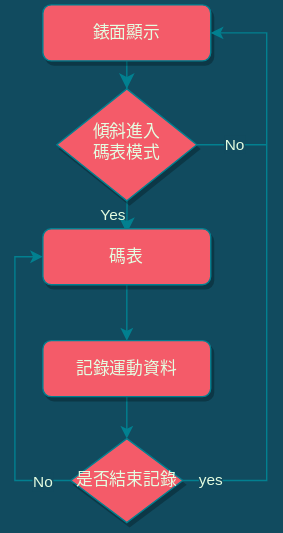
Above: media/watch.svg in chyijiunn/picoWatchSportMode (draw.io), before the change. Source tidied: cells renumbered, new cells last; positions are measured from the earlier drawing's top-left corner, leaving out a move shared by most shapes.
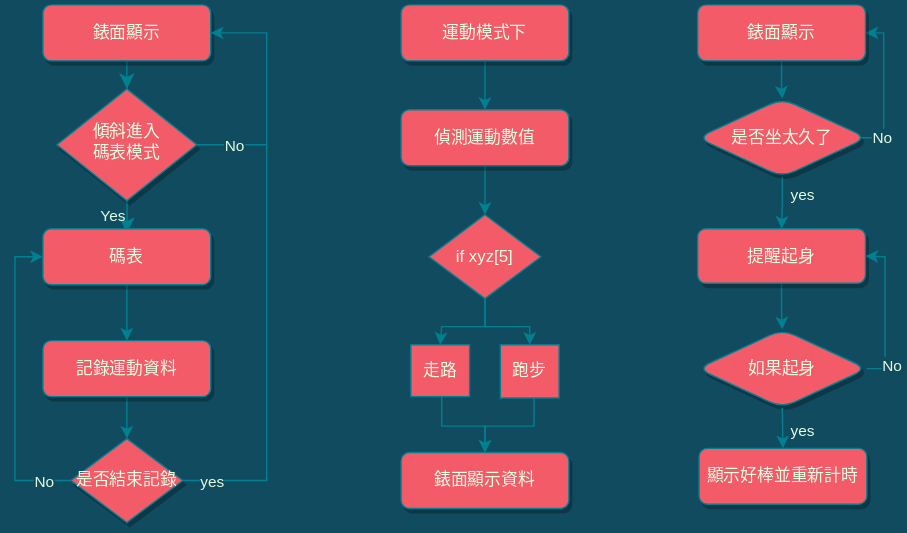
The same diagram one commit later.

Diff of the diagram source:
```diff
@@ -2,6 +2,14 @@
   <root>
     <mxCell id="0" />
     <mxCell id="1" parent="0" />
+    <mxCell id="17" style="endArrow=classic;html=1;rounded=0;strokeColor=#028090;fontColor=#E4FDE1;fillColor=#F45B69;entryX=1;entryY=0.5;entryDx=0;entryDy=0;exitX=0.942;exitY=0.5;exitDx=0;exitDy=0;exitPerimeter=0;" parent="1" edge="1" source="34" target="32">
+      <mxGeometry relative="1" as="geometry">
+        <Array as="points">
+          <mxPoint x="621" y="95" />
+          <mxPoint x="621" y="20" />
+        </Array>
+      </mxGeometry>
+    </mxCell>
     <mxCell id="2" style="rounded=0;html=1;jettySize=auto;fontSize=11;endArrow=classic;endFill=1;endSize=8;strokeWidth=1;shadow=0;labelBackgroundColor=none;edgeStyle=orthogonalEdgeStyle;fontColor=#E4FDE1;labelBorderColor=none;strokeColor=#028090;" parent="1" edge="1" source="3" target="5">
       <mxGeometry relative="1" as="geometry" />
     </mxCell>
@@ -66,5 +74,119 @@
         <mxPoint x="21" y="136" as="offset" />
       </mxGeometry>
     </mxCell>
+    <mxCell id="18" style="edgeStyle=orthogonalEdgeStyle;rounded=0;jettySize=auto;html=1;strokeColor=#028090;fontColor=#E4FDE1;fillColor=#F45B69;" parent="1" edge="1" source="19" target="21">
+      <mxGeometry relative="1" as="geometry" />
+    </mxCell>
+    <mxCell id="19" value="運動模式下" style="rounded=1;whiteSpace=wrap;html=1;fontSize=12;glass=0;strokeWidth=1;shadow=1;fontColor=#E4FDE1;strokeColor=#028090;fillColor=#F45B69;" parent="1" vertex="1">
+      <mxGeometry x="276" width="120" height="40" as="geometry" />
+    </mxCell>
+    <mxCell id="20" style="edgeStyle=orthogonalEdgeStyle;rounded=0;jettySize=auto;html=1;strokeColor=#028090;fontColor=#E4FDE1;fillColor=#F45B69;" parent="1" edge="1" source="21" target="24">
+      <mxGeometry relative="1" as="geometry" />
+    </mxCell>
+    <mxCell id="21" value="偵測運動數值" style="rounded=1;whiteSpace=wrap;html=1;fontSize=12;glass=0;strokeWidth=1;shadow=1;fontColor=#E4FDE1;strokeColor=#028090;fillColor=#F45B69;" parent="1" vertex="1">
+      <mxGeometry x="276" y="75" width="120" height="40" as="geometry" />
+    </mxCell>
+    <mxCell id="22" value="錶面顯示資料" style="rounded=1;whiteSpace=wrap;html=1;fontSize=12;glass=0;strokeWidth=1;shadow=1;fontColor=#E4FDE1;strokeColor=#028090;fillColor=#F45B69;" parent="1" vertex="1">
+      <mxGeometry x="276" y="320" width="120" height="40" as="geometry" />
+    </mxCell>
+    <mxCell id="23" style="edgeStyle=orthogonalEdgeStyle;rounded=0;jettySize=auto;html=1;strokeColor=#028090;fontColor=#E4FDE1;fillColor=#F45B69;entryX=0.5;entryY=0;entryDx=0;entryDy=0;" parent="1" edge="1" source="24" target="29">
+      <mxGeometry relative="1" as="geometry">
+        <Array as="points">
+          <mxPoint x="336" y="230" />
+          <mxPoint x="368" y="230" />
+        </Array>
+      </mxGeometry>
+    </mxCell>
+    <mxCell id="24" value="if xyz[5]" style="rhombus;whiteSpace=wrap;html=1;strokeColor=#028090;fontColor=#E4FDE1;fillColor=#F45B69;" parent="1" vertex="1">
+      <mxGeometry x="296" y="150" width="80" height="60" as="geometry" />
+    </mxCell>
+    <mxCell id="25" style="edgeStyle=orthogonalEdgeStyle;rounded=0;jettySize=auto;html=1;strokeColor=#028090;fontColor=#E4FDE1;fillColor=#F45B69;" parent="1" edge="1" source="29" target="22">
+      <mxGeometry relative="1" as="geometry">
+        <Array as="points">
+          <mxPoint x="371" y="301" />
+          <mxPoint x="336" y="301" />
+        </Array>
+      </mxGeometry>
+    </mxCell>
+    <mxCell id="26" style="edgeStyle=orthogonalEdgeStyle;rounded=0;jettySize=auto;html=1;strokeColor=#028090;fontColor=#E4FDE1;fillColor=#F45B69;" parent="1" edge="1" source="30" target="22">
+      <mxGeometry relative="1" as="geometry">
+        <Array as="points">
+          <mxPoint x="305" y="301" />
+          <mxPoint x="336" y="301" />
+        </Array>
+      </mxGeometry>
+    </mxCell>
+    <mxCell id="27" style="endArrow=classic;html=1;rounded=0;strokeColor=#028090;fontColor=#E4FDE1;fillColor=#F45B69;entryX=0.5;entryY=0;entryDx=0;entryDy=0;exitX=0.5;exitY=1;exitDx=0;exitDy=0;" parent="1" edge="1" source="24" target="30">
+      <mxGeometry relative="1" as="geometry">
+        <Array as="points">
+          <mxPoint x="336" y="230" />
+          <mxPoint x="305" y="230" />
+        </Array>
+      </mxGeometry>
+    </mxCell>
+    <mxCell id="28" style="group;" parent="1" vertex="1">
+      <mxGeometry x="283" y="243" width="106" height="38" as="geometry" />
+    </mxCell>
+    <mxCell id="29" value="跑步" style="rounded=0;whiteSpace=wrap;html=1;strokeColor=#028090;fontColor=#E4FDE1;fillColor=#F45B69;" parent="28" vertex="1">
+      <mxGeometry x="64" width="42" height="38" as="geometry" />
+    </mxCell>
+    <mxCell id="30" value="走路" style="rounded=0;whiteSpace=wrap;html=1;strokeColor=#028090;fontColor=#E4FDE1;fillColor=#F45B69;" parent="28" vertex="1">
+      <mxGeometry width="42" height="37" as="geometry" />
+    </mxCell>
+    <mxCell id="31" style="edgeStyle=orthogonalEdgeStyle;rounded=0;jettySize=auto;html=1;strokeColor=#028090;fontColor=#E4FDE1;fillColor=#F45B69;" parent="1" edge="1" source="32" target="34">
+      <mxGeometry relative="1" as="geometry" />
+    </mxCell>
+    <mxCell id="32" value="錶面顯示" style="rounded=1;whiteSpace=wrap;html=1;fontSize=12;glass=0;strokeWidth=1;shadow=1;fontColor=#E4FDE1;strokeColor=#028090;fillColor=#F45B69;" parent="1" vertex="1">
+      <mxGeometry x="488" width="120" height="40" as="geometry" />
+    </mxCell>
+    <mxCell id="33" style="edgeStyle=orthogonalEdgeStyle;rounded=0;jettySize=auto;html=1;strokeColor=#028090;fontColor=#E4FDE1;fillColor=#F45B69;" parent="1" edge="1" source="34" target="36">
+      <mxGeometry relative="1" as="geometry" />
+    </mxCell>
+    <mxCell id="34" value="是否坐太久了" style="rhombus;whiteSpace=wrap;html=1;fillColor=#F45B69;strokeColor=#028090;fontColor=#E4FDE1;rounded=1;glass=0;strokeWidth=1;shadow=1;" parent="1" vertex="1">
+      <mxGeometry x="488" y="67" width="121" height="56" as="geometry" />
+    </mxCell>
+    <mxCell id="35" style="edgeStyle=orthogonalEdgeStyle;rounded=0;jettySize=auto;html=1;strokeColor=#028090;fontColor=#E4FDE1;fillColor=#F45B69;" parent="1" edge="1" source="36" target="37">
+      <mxGeometry relative="1" as="geometry" />
+    </mxCell>
+    <mxCell id="36" value="提醒起身" style="whiteSpace=wrap;html=1;fillColor=#F45B69;strokeColor=#028090;fontColor=#E4FDE1;rounded=1;glass=0;strokeWidth=1;shadow=1;" parent="1" vertex="1">
+      <mxGeometry x="488" y="160" width="120" height="39" as="geometry" />
+    </mxCell>
+    <mxCell id="37" value="如果起身" style="rhombus;whiteSpace=wrap;html=1;fillColor=#F45B69;strokeColor=#028090;fontColor=#E4FDE1;rounded=1;glass=0;strokeWidth=1;shadow=1;" parent="1" vertex="1">
+      <mxGeometry x="488" y="232" width="121" height="56" as="geometry" />
+    </mxCell>
+    <mxCell id="38" value="顯示好棒並重新計時" style="rounded=1;whiteSpace=wrap;html=1;fontSize=12;glass=0;strokeWidth=1;shadow=1;fontColor=#E4FDE1;strokeColor=#028090;fillColor=#F45B69;" parent="1" vertex="1">
+      <mxGeometry x="489" y="317" width="120" height="40" as="geometry" />
+    </mxCell>
+    <mxCell id="39" style="endArrow=classic;html=1;rounded=0;strokeColor=#028090;fontColor=#E4FDE1;fillColor=#F45B69;exitX=1;exitY=0.5;exitDx=0;exitDy=0;entryX=1;entryY=0.5;entryDx=0;entryDy=0;" parent="1" edge="1" source="37" target="36">
+      <mxGeometry relative="1" as="geometry">
+        <Array as="points">
+          <mxPoint x="622" y="260" />
+          <mxPoint x="622" y="180" />
+        </Array>
+      </mxGeometry>
+    </mxCell>
+    <mxCell id="40" style="endArrow=classic;html=1;rounded=0;strokeColor=#028090;fontColor=#E4FDE1;fillColor=#F45B69;entryX=0.5;entryY=0;entryDx=0;entryDy=0;exitX=0.5;exitY=1;exitDx=0;exitDy=0;" parent="1" edge="1" source="37" target="38">
+      <mxGeometry relative="1" as="geometry" />
+    </mxCell>
+    <mxCell id="41" value="yes" style="edgeLabel;html=1;align=center;verticalAlign=middle;fontColor=#E4FDE1;labelBorderColor=none;labelBackgroundColor=#114B5F;" parent="1" vertex="1">
+      <mxGeometry x="151" y="347" as="geometry">
+        <mxPoint x="411" y="-43" as="offset" />
+      </mxGeometry>
+    </mxCell>
+    <mxCell id="42" value="yes" style="edgeLabel;html=1;align=center;verticalAlign=middle;fontColor=#E4FDE1;labelBorderColor=none;labelBackgroundColor=#114B5F;" parent="1" vertex="1">
+      <mxGeometry x="151" y="178" as="geometry">
+        <mxPoint x="411" y="-43" as="offset" />
+      </mxGeometry>
+    </mxCell>
+    <mxCell id="43" value="No" style="edgeLabel;html=1;align=center;verticalAlign=middle;fontColor=#E4FDE1;labelBorderColor=none;labelBackgroundColor=#114B5F;" parent="1" vertex="1">
+      <mxGeometry x="240" y="285" as="geometry">
+        <mxPoint x="379" y="-191" as="offset" />
+      </mxGeometry>
+    </mxCell>
+    <mxCell id="44" value="No" style="edgeLabel;html=1;align=center;verticalAlign=middle;fontColor=#E4FDE1;labelBorderColor=none;labelBackgroundColor=#114B5F;" parent="1" vertex="1">
+      <mxGeometry x="198" y="489" as="geometry">
+        <mxPoint x="428" y="-232" as="offset" />
+      </mxGeometry>
+    </mxCell>
   </root>
 </mxGraphModel>
```
